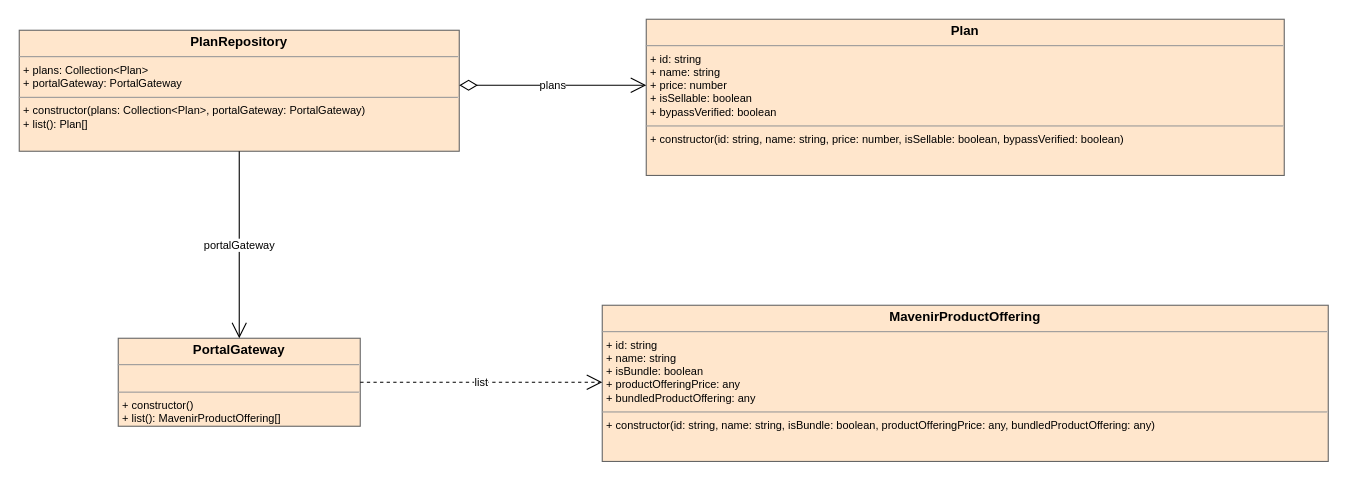
This is cdd_guidance/practices/clean_engineering/model/_examples/actual/from-typescript/to-drawio/plans/plans.drawio from abd-works/abd-context-driven-delivery, a draw.io file, before an edit. Source tidied: cells renumbered, new cells numbered last; positions are measured from the earlier drawing's top-left corner, leaving out a move shared by most shapes. Both pictures are drawn from the tidied source at 110%, with x=0, y=0 at pixel (19, 19).
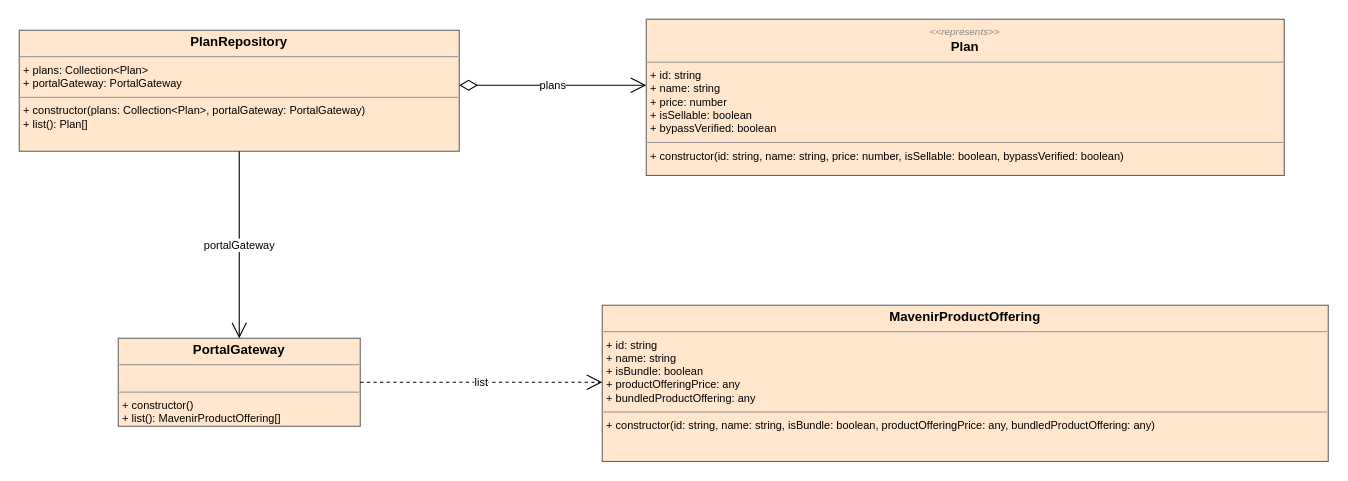
The same diagram, later.

What changed in the source:
```diff
@@
 <mxGraphModel>
   <root>
     <mxCell id="0" />
     <mxCell id="1" parent="0" />
-    <mxCell id="2" value="&lt;p style=&quot;margin:0px;margin-top:4px;text-align:center;&quot;&gt;&lt;b&gt;Plan&lt;/b&gt;&lt;/p&gt;&lt;hr size=&quot;1&quot;/&gt;&lt;p style=&quot;margin:0px;margin-left:4px;font-size:10px;&quot;&gt;+ id: string&lt;br/&gt;+ name: string&lt;br/&gt;+ price: number&lt;br/&gt;+ isSellable: boolean&lt;br/&gt;+ bypassVerified: boolean&lt;br/&gt;&lt;/p&gt;&lt;hr size=&quot;1&quot;/&gt;&lt;p style=&quot;margin:0px;margin-left:4px;font-size:10px;&quot;&gt;+ constructor(id: string, name: string, price: number, isSellable: boolean, bypassVerified: boolean)&lt;br/&gt;&lt;/p&gt;" style="verticalAlign=top;align=left;overflow=fill;fontSize=12;fontFamily=Helvetica;html=1;whiteSpace=wrap;fillColor=#ffe6cc;strokeColor=#666666;module=Plans;" parent="1" vertex="1">
+    <mxCell id="2" value="&lt;p style=&quot;margin:0px;margin-top:4px;text-align:center;&quot;&gt;&lt;i style=&quot;font-size:9px;color:#888;&quot;&gt;&amp;lt;&amp;lt;represents&amp;gt;&amp;gt;&lt;/i&gt;&lt;br/&gt;&lt;b&gt;Plan&lt;/b&gt;&lt;/p&gt;&lt;hr size=&quot;1&quot;/&gt;&lt;p style=&quot;margin:0px;margin-left:4px;font-size:10px;&quot;&gt;+ id: string&lt;br/&gt;+ name: string&lt;br/&gt;+ price: number&lt;br/&gt;+ isSellable: boolean&lt;br/&gt;+ bypassVerified: boolean&lt;br/&gt;&lt;/p&gt;&lt;hr size=&quot;1&quot;/&gt;&lt;p style=&quot;margin:0px;margin-left:4px;font-size:10px;&quot;&gt;+ constructor(id: string, name: string, price: number, isSellable: boolean, bypassVerified: boolean)&lt;br/&gt;&lt;/p&gt;" style="verticalAlign=top;align=left;overflow=fill;fontSize=12;fontFamily=Helvetica;html=1;whiteSpace=wrap;fillColor=#ffe6cc;strokeColor=#666666;module=Plans;" parent="1" vertex="1">
       <mxGeometry x="570" width="580" height="142" as="geometry" />
     </mxCell>
     <mxCell id="3" value="&lt;p style=&quot;margin:0px;margin-top:4px;text-align:center;&quot;&gt;&lt;b&gt;PlanRepository&lt;/b&gt;&lt;/p&gt;&lt;hr size=&quot;1&quot;/&gt;&lt;p style=&quot;margin:0px;margin-left:4px;font-size:10px;&quot;&gt;+ plans: Collection&amp;lt;Plan&amp;gt;&lt;br/&gt;+ portalGateway: PortalGateway&lt;br/&gt;&lt;/p&gt;&lt;hr size=&quot;1&quot;/&gt;&lt;p style=&quot;margin:0px;margin-left:4px;font-size:10px;&quot;&gt;+ constructor(plans: Collection&amp;lt;Plan&amp;gt;, portalGateway: PortalGateway)&lt;br/&gt;+ list(): Plan[]&lt;br/&gt;&lt;/p&gt;" style="verticalAlign=top;align=left;overflow=fill;fontSize=12;fontFamily=Helvetica;html=1;whiteSpace=wrap;fillColor=#ffe6cc;strokeColor=#666666;module=Plans;" parent="1" vertex="1">
       <mxGeometry y="10" width="400" height="110" as="geometry" />
     </mxCell>
     <mxCell id="4" value="&lt;p style=&quot;margin:0px;margin-top:4px;text-align:center;&quot;&gt;&lt;b&gt;MavenirProductOffering&lt;/b&gt;&lt;/p&gt;&lt;hr size=&quot;1&quot;/&gt;&lt;p style=&quot;margin:0px;margin-left:4px;font-size:10px;&quot;&gt;+ id: string&lt;br/&gt;+ name: string&lt;br/&gt;+ isBundle: boolean&lt;br/&gt;+ productOfferingPrice: any&lt;br/&gt;+ bundledProductOffering: any&lt;br/&gt;&lt;/p&gt;&lt;hr size=&quot;1&quot;/&gt;&lt;p style=&quot;margin:0px;margin-left:4px;font-size:10px;&quot;&gt;+ constructor(id: string, name: string, isBundle: boolean, productOfferingPrice: any, bundledProductOffering: any)&lt;br/&gt;&lt;/p&gt;" style="verticalAlign=top;align=left;overflow=fill;fontSize=12;fontFamily=Helvetica;html=1;whiteSpace=wrap;fillColor=#ffe6cc;strokeColor=#666666;module=Plans;" parent="1" vertex="1">
       <mxGeometry x="530" y="260" width="660" height="142" as="geometry" />
     </mxCell>
     <mxCell id="5" value="&lt;p style=&quot;margin:0px;margin-top:4px;text-align:center;&quot;&gt;&lt;b&gt;PortalGateway&lt;/b&gt;&lt;/p&gt;&lt;hr size=&quot;1&quot;/&gt;&lt;p style=&quot;margin:0px;margin-left:4px;font-size:10px;&quot;&gt;&lt;br/&gt;&lt;/p&gt;&lt;hr size=&quot;1&quot;/&gt;&lt;p style=&quot;margin:0px;margin-left:4px;font-size:10px;&quot;&gt;+ constructor()&lt;br/&gt;+ list(): MavenirProductOffering[]&lt;br/&gt;&lt;/p&gt;" style="verticalAlign=top;align=left;overflow=fill;fontSize=12;fontFamily=Helvetica;html=1;whiteSpace=wrap;fillColor=#ffe6cc;strokeColor=#666666;module=Plans;" parent="1" vertex="1">
       <mxGeometry x="90" y="290" width="220" height="80" as="geometry" />
     </mxCell>
     <mxCell id="6" value="plans" style="edgeStyle=orthogonalEdgeStyle;rounded=0;html=1;fontSize=10;labelBackgroundColor=#ffffff;startArrow=diamondThin;startFill=0;startSize=14;endArrow=open;endSize=12;exitX=1.0;exitY=0.4545;exitDx=0;exitDy=0;exitPerimeter=0;entryX=0.0;entryY=0.4225;entryDx=0;entryDy=0;entryPerimeter=0;" parent="1" edge="1" source="3" target="2">
       <mxGeometry relative="1" as="geometry" />
     </mxCell>
     <mxCell id="7" value="portalGateway" style="edgeStyle=orthogonalEdgeStyle;rounded=0;html=1;fontSize=10;labelBackgroundColor=#ffffff;endArrow=open;endSize=12;exitX=0.5;exitY=1.0;exitDx=0;exitDy=0;exitPerimeter=0;entryX=0.5;entryY=0.0;entryDx=0;entryDy=0;entryPerimeter=0;" parent="1" edge="1" source="3" target="5">
       <mxGeometry relative="1" as="geometry" />
     </mxCell>
     <mxCell id="8" value="list" style="edgeStyle=orthogonalEdgeStyle;rounded=0;html=1;fontSize=10;labelBackgroundColor=#ffffff;dashed=1;endArrow=open;endSize=12;exitX=1.0;exitY=0.5;exitDx=0;exitDy=0;exitPerimeter=0;entryX=0.0;entryY=0.493;entryDx=0;entryDy=0;entryPerimeter=0;" parent="1" edge="1" source="5" target="4">
       <mxGeometry relative="1" as="geometry" />
     </mxCell>
   </root>
 </mxGraphModel>
```
